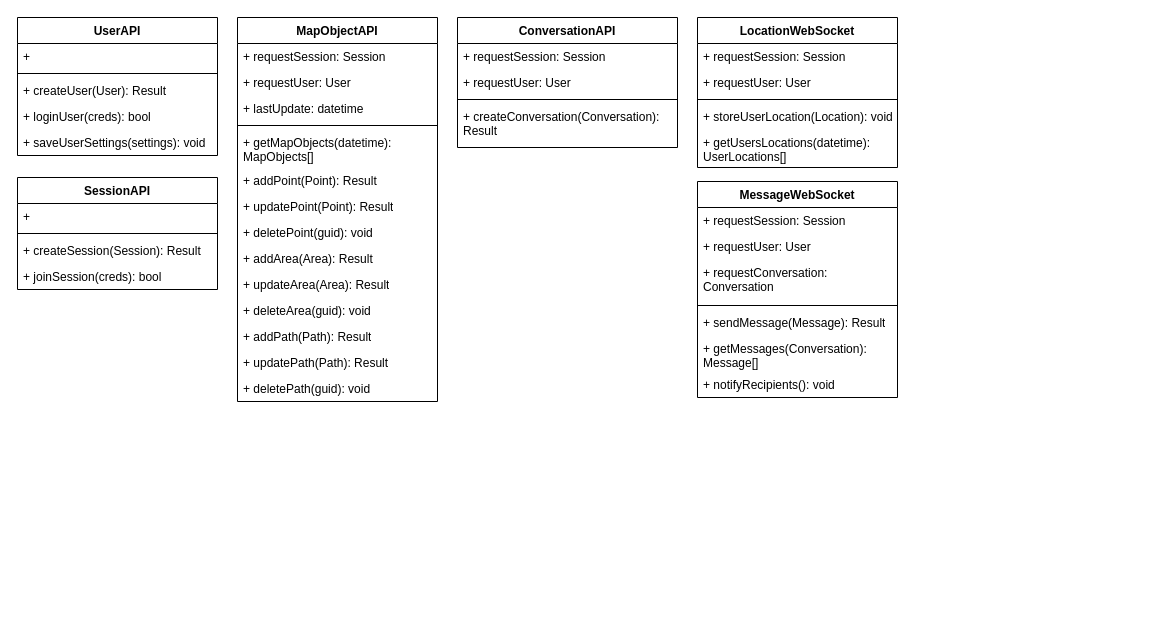
Earlier version of the draw.io diagram doc/design/server_architecture.drawio (Revarin/dp24-milapp-perina). Source tidied: cells renumbered, new cells numbered last; positions are measured from the earlier drawing's top-left corner, leaving out a move shared by most shapes. Both pictures are drawn from the tidied source at 100%, with x=0, y=0 at pixel (17, 17).
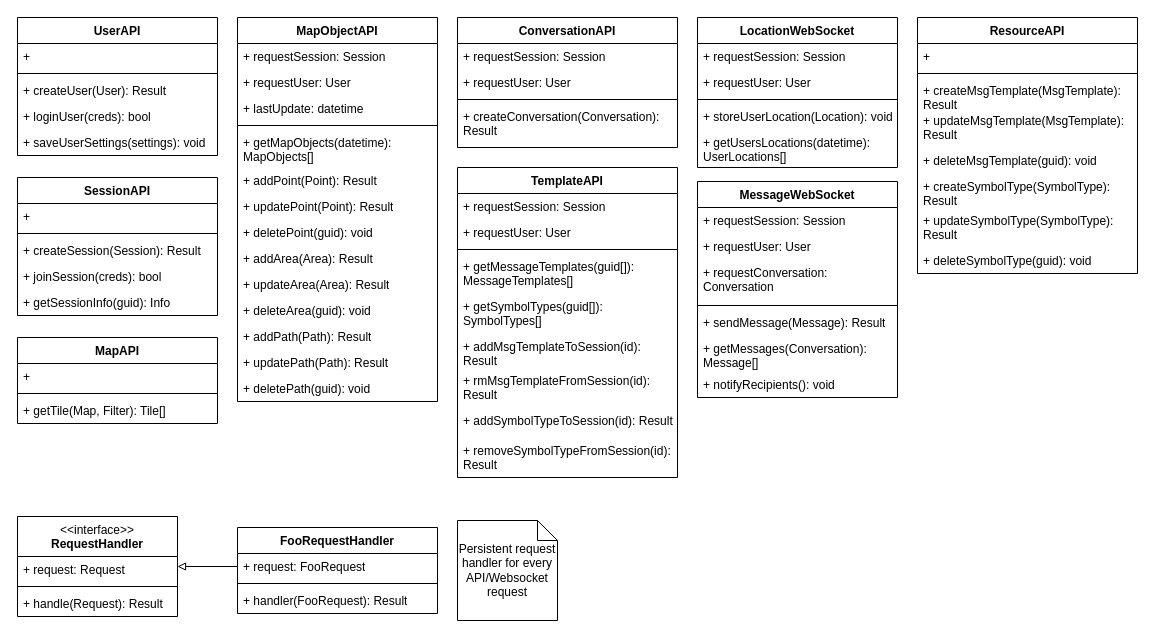
Above is the later version.

What changed in the source:
```diff
@@
     <mxCell id="2" value="SessionAPI" style="swimlane;fontStyle=1;align=center;verticalAlign=top;horizontal=1;startSize=26;whiteSpace=wrap;html=1;" parent="1" vertex="1">
-      <mxGeometry y="160" width="200" height="112" as="geometry" />
+      <mxGeometry y="160" width="200" height="138" as="geometry" />
     </mxCell>
@@
+    <mxCell id="47" value="+ getSessionInfo(guid): Info" style="text;strokeColor=none;fillColor=none;align=left;verticalAlign=top;spacingLeft=4;spacingRight=4;overflow=hidden;whiteSpace=wrap;html=1;" parent="2" vertex="1">
+      <mxGeometry y="112" width="200" height="26" as="geometry" />
+    </mxCell>
@@
+    <mxCell id="48" value="MapAPI" style="swimlane;fontStyle=1;align=center;verticalAlign=top;horizontal=1;startSize=26;whiteSpace=wrap;html=1;" parent="1" vertex="1">
+      <mxGeometry y="320" width="200" height="86" as="geometry" />
+    </mxCell>
+    <mxCell id="49" value="+&amp;nbsp;" style="text;strokeColor=none;fillColor=none;align=left;verticalAlign=top;spacingLeft=4;spacingRight=4;overflow=hidden;whiteSpace=wrap;html=1;" parent="48" vertex="1">
+      <mxGeometry y="26" width="200" height="26" as="geometry" />
+    </mxCell>
+    <mxCell id="50" style="line;strokeWidth=1;fillColor=none;align=left;verticalAlign=middle;spacingTop=-1;spacingLeft=3;spacingRight=3;labelPosition=right;strokeColor=inherit;" parent="48" vertex="1">
+      <mxGeometry y="52" width="200" height="8" as="geometry" />
+    </mxCell>
+    <mxCell id="51" value="+ getTile(Map, Filter): Tile[]" style="text;strokeColor=none;fillColor=none;align=left;verticalAlign=top;spacingLeft=4;spacingRight=4;overflow=hidden;whiteSpace=wrap;html=1;" parent="48" vertex="1">
+      <mxGeometry y="60" width="200" height="26" as="geometry" />
+    </mxCell>
+    <mxCell id="52" value="TemplateAPI" style="swimlane;fontStyle=1;align=center;verticalAlign=top;horizontal=1;startSize=26;whiteSpace=wrap;html=1;" parent="1" vertex="1">
+      <mxGeometry x="440" y="150" width="220" height="310" as="geometry" />
+    </mxCell>
+    <mxCell id="53" value="+ requestSession: Session" style="text;strokeColor=none;fillColor=none;align=left;verticalAlign=top;spacingLeft=4;spacingRight=4;overflow=hidden;whiteSpace=wrap;html=1;" parent="52" vertex="1">
+      <mxGeometry y="26" width="220" height="26" as="geometry" />
+    </mxCell>
+    <mxCell id="54" value="+ requestUser: User" style="text;strokeColor=none;fillColor=none;align=left;verticalAlign=top;spacingLeft=4;spacingRight=4;overflow=hidden;whiteSpace=wrap;html=1;" parent="52" vertex="1">
+      <mxGeometry y="52" width="220" height="26" as="geometry" />
+    </mxCell>
+    <mxCell id="55" style="line;strokeWidth=1;fillColor=none;align=left;verticalAlign=middle;spacingTop=-1;spacingLeft=3;spacingRight=3;labelPosition=right;strokeColor=inherit;" parent="52" vertex="1">
+      <mxGeometry y="78" width="220" height="8" as="geometry" />
+    </mxCell>
+    <mxCell id="56" value="+ getMessageTemplates(guid[]): MessageTemplates[]" style="text;strokeColor=none;fillColor=none;align=left;verticalAlign=top;spacingLeft=4;spacingRight=4;overflow=hidden;whiteSpace=wrap;html=1;" parent="52" vertex="1">
+      <mxGeometry y="86" width="220" height="40" as="geometry" />
+    </mxCell>
+    <mxCell id="57" value="+ getSymbolTypes(guid[]): SymbolTypes[]" style="text;strokeColor=none;fillColor=none;align=left;verticalAlign=top;spacingLeft=4;spacingRight=4;overflow=hidden;whiteSpace=wrap;html=1;" parent="52" vertex="1">
+      <mxGeometry y="126" width="220" height="40" as="geometry" />
+    </mxCell>
+    <mxCell id="58" value="+ addMsgTemplateToSession(id): Result" style="text;strokeColor=none;fillColor=none;align=left;verticalAlign=top;spacingLeft=4;spacingRight=4;overflow=hidden;whiteSpace=wrap;html=1;" parent="52" vertex="1">
+      <mxGeometry y="166" width="220" height="34" as="geometry" />
+    </mxCell>
+    <mxCell id="59" value="+ rmMsgTemplateFromSession(id): Result" style="text;strokeColor=none;fillColor=none;align=left;verticalAlign=top;spacingLeft=4;spacingRight=4;overflow=hidden;whiteSpace=wrap;html=1;" parent="52" vertex="1">
+      <mxGeometry y="200" width="220" height="40" as="geometry" />
+    </mxCell>
+    <mxCell id="60" value="+ addSymbolTypeToSession(id): Result" style="text;strokeColor=none;fillColor=none;align=left;verticalAlign=top;spacingLeft=4;spacingRight=4;overflow=hidden;whiteSpace=wrap;html=1;" parent="52" vertex="1">
+      <mxGeometry y="240" width="220" height="30" as="geometry" />
+    </mxCell>
+    <mxCell id="61" value="+ removeSymbolTypeFromSession(id): Result" style="text;strokeColor=none;fillColor=none;align=left;verticalAlign=top;spacingLeft=4;spacingRight=4;overflow=hidden;whiteSpace=wrap;html=1;" parent="52" vertex="1">
+      <mxGeometry y="270" width="220" height="40" as="geometry" />
+    </mxCell>
+    <mxCell id="62" value="ResourceAPI" style="swimlane;fontStyle=1;align=center;verticalAlign=top;horizontal=1;startSize=26;whiteSpace=wrap;html=1;" parent="1" vertex="1">
+      <mxGeometry x="900" width="220" height="256" as="geometry" />
+    </mxCell>
+    <mxCell id="63" value="+&amp;nbsp;" style="text;strokeColor=none;fillColor=none;align=left;verticalAlign=top;spacingLeft=4;spacingRight=4;overflow=hidden;whiteSpace=wrap;html=1;" parent="62" vertex="1">
+      <mxGeometry y="26" width="220" height="26" as="geometry" />
+    </mxCell>
+    <mxCell id="64" style="line;strokeWidth=1;fillColor=none;align=left;verticalAlign=middle;spacingTop=-1;spacingLeft=3;spacingRight=3;labelPosition=right;strokeColor=inherit;" parent="62" vertex="1">
+      <mxGeometry y="52" width="220" height="8" as="geometry" />
+    </mxCell>
+    <mxCell id="65" value="+ createMsgTemplate(MsgTemplate): Result" style="text;strokeColor=none;fillColor=none;align=left;verticalAlign=top;spacingLeft=4;spacingRight=4;overflow=hidden;whiteSpace=wrap;html=1;" parent="62" vertex="1">
+      <mxGeometry y="60" width="220" height="30" as="geometry" />
+    </mxCell>
+    <mxCell id="66" value="+ updateMsgTemplate(MsgTemplate): Result" style="text;strokeColor=none;fillColor=none;align=left;verticalAlign=top;spacingLeft=4;spacingRight=4;overflow=hidden;whiteSpace=wrap;html=1;" parent="62" vertex="1">
+      <mxGeometry y="90" width="220" height="40" as="geometry" />
+    </mxCell>
+    <mxCell id="67" value="+ deleteMsgTemplate(guid): void" style="text;strokeColor=none;fillColor=none;align=left;verticalAlign=top;spacingLeft=4;spacingRight=4;overflow=hidden;whiteSpace=wrap;html=1;" parent="62" vertex="1">
+      <mxGeometry y="130" width="220" height="26" as="geometry" />
+    </mxCell>
+    <mxCell id="68" value="+ createSymbolType(SymbolType): Result" style="text;strokeColor=none;fillColor=none;align=left;verticalAlign=top;spacingLeft=4;spacingRight=4;overflow=hidden;whiteSpace=wrap;html=1;" parent="62" vertex="1">
+      <mxGeometry y="156" width="220" height="34" as="geometry" />
+    </mxCell>
+    <mxCell id="69" value="+ updateSymbolType(SymbolType): Result" style="text;strokeColor=none;fillColor=none;align=left;verticalAlign=top;spacingLeft=4;spacingRight=4;overflow=hidden;whiteSpace=wrap;html=1;" parent="62" vertex="1">
+      <mxGeometry y="190" width="220" height="40" as="geometry" />
+    </mxCell>
+    <mxCell id="70" value="+ deleteSymbolType(guid): void" style="text;strokeColor=none;fillColor=none;align=left;verticalAlign=top;spacingLeft=4;spacingRight=4;overflow=hidden;whiteSpace=wrap;html=1;" parent="62" vertex="1">
+      <mxGeometry y="230" width="220" height="26" as="geometry" />
+    </mxCell>
+    <mxCell id="71" value="&lt;span style=&quot;font-weight: normal;&quot;&gt;&amp;lt;&amp;lt;interface&amp;gt;&amp;gt;&lt;br&gt;&lt;/span&gt;RequestHandler" style="swimlane;fontStyle=1;align=center;verticalAlign=top;horizontal=1;startSize=40;whiteSpace=wrap;html=1;" parent="1" vertex="1">
+      <mxGeometry y="499" width="160" height="100" as="geometry" />
+    </mxCell>
+    <mxCell id="72" value="+ request: Request" style="text;strokeColor=none;fillColor=none;align=left;verticalAlign=top;spacingLeft=4;spacingRight=4;overflow=hidden;whiteSpace=wrap;html=1;" parent="71" vertex="1">
+      <mxGeometry y="40" width="160" height="26" as="geometry" />
+    </mxCell>
+    <mxCell id="73" style="line;strokeWidth=1;fillColor=none;align=left;verticalAlign=middle;spacingTop=-1;spacingLeft=3;spacingRight=3;labelPosition=right;strokeColor=inherit;" parent="71" vertex="1">
+      <mxGeometry y="66" width="160" height="8" as="geometry" />
+    </mxCell>
+    <mxCell id="74" value="+ handle(Request): Result" style="text;strokeColor=none;fillColor=none;align=left;verticalAlign=top;spacingLeft=4;spacingRight=4;overflow=hidden;whiteSpace=wrap;html=1;" parent="71" vertex="1">
+      <mxGeometry y="74" width="160" height="26" as="geometry" />
+    </mxCell>
+    <mxCell id="75" value="FooRequestHandler" style="swimlane;fontStyle=1;align=center;verticalAlign=top;horizontal=1;startSize=26;whiteSpace=wrap;html=1;" parent="1" vertex="1">
+      <mxGeometry x="220" y="510" width="200" height="86" as="geometry" />
+    </mxCell>
+    <mxCell id="76" value="+ request: FooRequest" style="text;strokeColor=none;fillColor=none;align=left;verticalAlign=top;spacingLeft=4;spacingRight=4;overflow=hidden;points=[[0,0.5],[1,0.5]];portConstraint=eastwest;whiteSpace=wrap;html=1;" parent="75" vertex="1">
+      <mxGeometry y="26" width="200" height="26" as="geometry" />
+    </mxCell>
+    <mxCell id="77" style="line;strokeWidth=1;fillColor=none;align=left;verticalAlign=middle;spacingTop=-1;spacingLeft=3;spacingRight=3;labelPosition=right;strokeColor=inherit;" parent="75" vertex="1">
+      <mxGeometry y="52" width="200" height="8" as="geometry" />
+    </mxCell>
+    <mxCell id="78" value="+ handler(FooRequest): Result" style="text;strokeColor=none;fillColor=none;align=left;verticalAlign=top;spacingLeft=4;spacingRight=4;overflow=hidden;whiteSpace=wrap;html=1;" parent="75" vertex="1">
+      <mxGeometry y="60" width="200" height="26" as="geometry" />
+    </mxCell>
+    <mxCell id="79" style="edgeStyle=orthogonalEdgeStyle;rounded=0;jettySize=auto;html=1;endArrow=block;endFill=0;" parent="1" edge="1" source="76" target="71">
+      <mxGeometry relative="1" as="geometry" />
+    </mxCell>
+    <mxCell id="80" value="Persistent request handler for every API/Websocket request" style="shape=note;size=20;whiteSpace=wrap;html=1;" parent="1" vertex="1">
+      <mxGeometry x="440" y="503" width="100" height="100" as="geometry" />
+    </mxCell>
```
